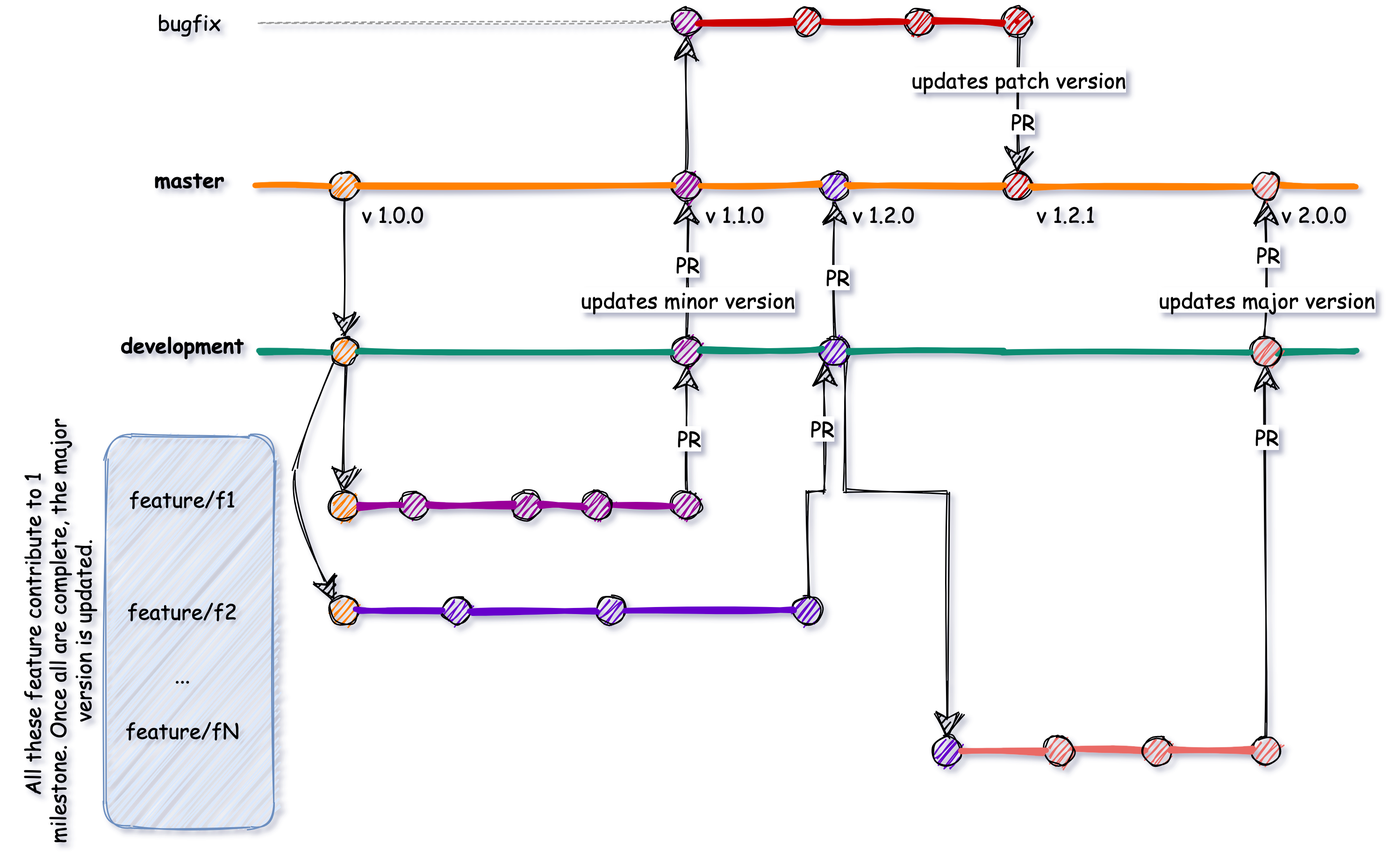
Above: img/branching_versioning.png in adimitrova/tubeverter (draw.io), before the change. Source tidied: cells renumbered, new cells last; positions are measured from the earlier drawing's top-left corner, leaving out a move shared by most shapes.
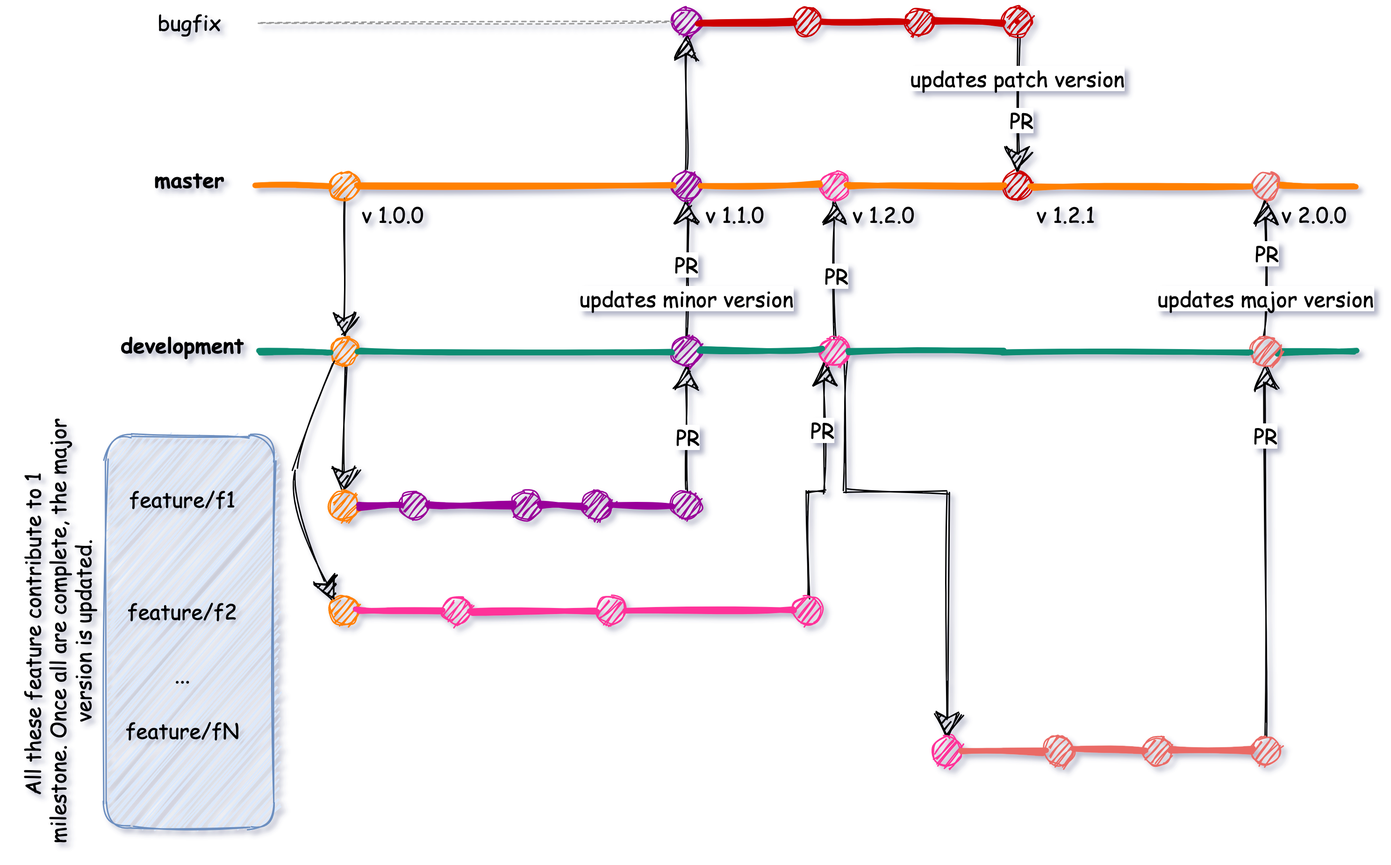
The same diagram one commit later.

Commit message:
corrections to the branching image

Diff of the diagram source:
```diff
@@ -13,7 +13,7 @@
     <mxCell id="4" style="edgeStyle=orthogonalEdgeStyle;rounded=0;jettySize=auto;html=1;exitX=0.5;exitY=1;exitDx=0;exitDy=0;entryX=0.5;entryY=0;entryDx=0;entryDy=0;strokeWidth=1;fillColor=#000066;fontFamily=Comic Sans MS;fontSize=15;sketch=1;endSize=15;" parent="1" edge="1" source="5" target="9">
       <mxGeometry relative="1" as="geometry" />
     </mxCell>
-    <mxCell id="5" style="ellipse;whiteSpace=wrap;html=1;fillColor=#FF8000;sketch=1;" parent="1" vertex="1">
+    <mxCell id="5" style="ellipse;whiteSpace=wrap;html=1;fillColor=#FF8000;sketch=1;strokeColor=#FF8000;" parent="1" vertex="1">
       <mxGeometry x="350" y="240" width="20" height="20" as="geometry" />
     </mxCell>
     <mxCell id="6" style="endArrow=none;html=1;fillColor=#000066;strokeWidth=4;strokeColor=#078C72;sketch=1;" parent="1" edge="1" target="5">
@@ -27,7 +27,7 @@
     <mxCell id="8" value="v 1.0.0" style="text;html=1;strokeColor=none;fillColor=none;align=center;verticalAlign=middle;whiteSpace=wrap;rounded=0;fontFamily=Comic Sans MS;fontSize=15;sketch=1;" parent="1" vertex="1">
       <mxGeometry x="370" y="142" width="50" height="20" as="geometry" />
     </mxCell>
-    <mxCell id="9" style="ellipse;whiteSpace=wrap;html=1;fillColor=#FF8000;sketch=1;" parent="1" vertex="1">
+    <mxCell id="9" style="ellipse;whiteSpace=wrap;html=1;fillColor=#FF8000;sketch=1;strokeColor=#FF8000;" parent="1" vertex="1">
       <mxGeometry x="350" y="350" width="20" height="20" as="geometry" />
     </mxCell>
     <mxCell id="10" style="edgeStyle=orthogonalEdgeStyle;rounded=0;jettySize=auto;html=1;exitX=0.5;exitY=0;exitDx=0;exitDy=0;entryX=0.5;entryY=1;entryDx=0;entryDy=0;strokeWidth=1;fillColor=#000066;fontFamily=Comic Sans MS;fontSize=15;sketch=1;endSize=15;" parent="1" edge="1" source="12" target="23">
@@ -36,25 +36,25 @@
     <mxCell id="11" value="PR" style="edgeLabel;html=1;align=center;verticalAlign=middle;fontSize=15;fontFamily=Comic Sans MS;" parent="10" vertex="1">
       <mxGeometry x="-0.13" y="-1" relative="1" as="geometry" />
     </mxCell>
-    <mxCell id="12" style="ellipse;whiteSpace=wrap;html=1;fillColor=#990099;sketch=1;" parent="1" vertex="1">
+    <mxCell id="12" style="ellipse;whiteSpace=wrap;html=1;fillColor=#990099;sketch=1;strokeColor=#990099;" parent="1" vertex="1">
       <mxGeometry x="594" y="350" width="20" height="20" as="geometry" />
     </mxCell>
     <mxCell id="13" style="endArrow=none;html=1;fillColor=#000066;strokeWidth=4;strokeColor=#990099;sketch=1;" parent="1" edge="1" source="18" target="12">
       <mxGeometry relative="1" as="geometry" />
     </mxCell>
-    <mxCell id="14" style="ellipse;whiteSpace=wrap;html=1;fillColor=#990099;sketch=1;" parent="1" vertex="1">
+    <mxCell id="14" style="ellipse;whiteSpace=wrap;html=1;fillColor=#990099;sketch=1;strokeColor=#990099;" parent="1" vertex="1">
       <mxGeometry x="400" y="350" width="20" height="20" as="geometry" />
     </mxCell>
     <mxCell id="15" style="endArrow=none;html=1;fillColor=#000066;strokeWidth=4;strokeColor=#990099;sketch=1;" parent="1" edge="1" source="9" target="14">
       <mxGeometry relative="1" as="geometry" />
     </mxCell>
-    <mxCell id="16" style="ellipse;whiteSpace=wrap;html=1;fillColor=#990099;sketch=1;" parent="1" vertex="1">
+    <mxCell id="16" style="ellipse;whiteSpace=wrap;html=1;fillColor=#990099;sketch=1;strokeColor=#990099;" parent="1" vertex="1">
       <mxGeometry x="480" y="350" width="20" height="20" as="geometry" />
     </mxCell>
     <mxCell id="17" style="endArrow=none;html=1;fillColor=#000066;strokeWidth=4;strokeColor=#990099;sketch=1;" parent="1" edge="1" source="14" target="16">
       <mxGeometry relative="1" as="geometry" />
     </mxCell>
-    <mxCell id="18" style="ellipse;whiteSpace=wrap;html=1;fillColor=#990099;sketch=1;" parent="1" vertex="1">
+    <mxCell id="18" style="ellipse;whiteSpace=wrap;html=1;fillColor=#990099;sketch=1;strokeColor=#990099;" parent="1" vertex="1">
       <mxGeometry x="530" y="350" width="20" height="20" as="geometry" />
     </mxCell>
     <mxCell id="19" style="endArrow=none;html=1;fillColor=#000066;strokeWidth=4;strokeColor=#990099;sketch=1;" parent="1" edge="1" source="16" target="18">
@@ -71,7 +71,7 @@
     <mxCell id="22" value="PR" style="edgeLabel;html=1;align=center;verticalAlign=middle;fontSize=15;fontFamily=Comic Sans MS;" parent="20" vertex="1">
       <mxGeometry x="0.07" relative="1" as="geometry" />
     </mxCell>
-    <mxCell id="23" style="ellipse;whiteSpace=wrap;html=1;fillColor=#990099;sketch=1;" parent="1" vertex="1">
+    <mxCell id="23" style="ellipse;whiteSpace=wrap;html=1;fillColor=#990099;sketch=1;strokeColor=#990099;" parent="1" vertex="1">
       <mxGeometry x="594" y="240" width="20" height="20" as="geometry" />
     </mxCell>
     <mxCell id="24" style="endArrow=none;html=1;fillColor=#000066;strokeWidth=4;strokeColor=#078C72;sketch=1;" parent="1" edge="1" source="5" target="23">
@@ -88,19 +88,19 @@
         <mxPoint x="840" y="15" as="targetPoint" />
       </mxGeometry>
     </mxCell>
-    <mxCell id="28" style="ellipse;whiteSpace=wrap;html=1;fillColor=#990099;sketch=1;" parent="1" vertex="1">
+    <mxCell id="28" style="ellipse;whiteSpace=wrap;html=1;fillColor=#990099;sketch=1;strokeColor=#990099;" parent="1" vertex="1">
       <mxGeometry x="594" y="5" width="20" height="20" as="geometry" />
     </mxCell>
     <mxCell id="29" value="v 1.1.0" style="text;html=1;strokeColor=none;fillColor=none;align=center;verticalAlign=middle;whiteSpace=wrap;rounded=0;fontFamily=Comic Sans MS;fontSize=15;sketch=1;" parent="1" vertex="1">
       <mxGeometry x="614" y="142" width="50" height="20" as="geometry" />
     </mxCell>
-    <mxCell id="30" style="ellipse;whiteSpace=wrap;html=1;fillColor=#CC0000;sketch=1;" parent="1" vertex="1">
+    <mxCell id="30" style="ellipse;whiteSpace=wrap;html=1;fillColor=#CC0000;sketch=1;strokeColor=#CC0000;" parent="1" vertex="1">
       <mxGeometry x="680" y="5" width="20" height="20" as="geometry" />
     </mxCell>
     <mxCell id="31" style="endArrow=none;html=1;fillColor=#000066;strokeWidth=4;strokeColor=#CC0000;sketch=1;" parent="1" edge="1" source="28" target="30">
       <mxGeometry relative="1" as="geometry" />
     </mxCell>
-    <mxCell id="32" style="ellipse;whiteSpace=wrap;html=1;fillColor=#CC0000;sketch=1;" parent="1" vertex="1">
+    <mxCell id="32" style="ellipse;whiteSpace=wrap;html=1;fillColor=#CC0000;sketch=1;strokeColor=#CC0000;" parent="1" vertex="1">
       <mxGeometry x="760" y="5" width="20" height="20" as="geometry" />
     </mxCell>
     <mxCell id="33" style="endArrow=none;html=1;fillColor=#000066;strokeWidth=4;strokeColor=#CC0000;sketch=1;" parent="1" edge="1" source="30" target="32">
@@ -109,7 +109,7 @@
     <mxCell id="34" value="feature/f2" style="text;html=1;strokeColor=none;fillColor=none;align=center;verticalAlign=middle;whiteSpace=wrap;rounded=0;strokeWidth=1;fontSize=15;fontFamily=Comic Sans MS;sketch=1;" parent="1" vertex="1">
       <mxGeometry x="220" y="420" width="50" height="30" as="geometry" />
     </mxCell>
-    <mxCell id="35" style="ellipse;whiteSpace=wrap;html=1;fillColor=#FF8000;sketch=1;" parent="1" vertex="1">
+    <mxCell id="35" style="ellipse;whiteSpace=wrap;html=1;fillColor=#FF8000;sketch=1;strokeColor=#FF8000;" parent="1" vertex="1">
       <mxGeometry x="350" y="425" width="20" height="20" as="geometry" />
     </mxCell>
     <mxCell id="36" style="curved=1;endArrow=classic;html=1;strokeColor=#000000;strokeWidth=1;fillColor=#000066;fontFamily=Comic Sans MS;fontSize=15;endSize=15;exitX=0;exitY=1;exitDx=0;exitDy=0;entryX=0;entryY=0;entryDx=0;entryDy=0;sketch=1;" parent="1" edge="1" source="5" target="35">
@@ -125,18 +125,18 @@
         <mxPoint x="680" y="435" as="targetPoint" />
       </mxGeometry>
     </mxCell>
-    <mxCell id="38" style="ellipse;whiteSpace=wrap;html=1;fillColor=#6600CC;sketch=1;" parent="1" vertex="1">
+    <mxCell id="38" style="ellipse;whiteSpace=wrap;html=1;sketch=1;fillColor=#FF3399;strokeColor=#FF3399;" parent="1" vertex="1">
       <mxGeometry x="430" y="425" width="20" height="20" as="geometry" />
     </mxCell>
-    <mxCell id="39" style="endArrow=none;html=1;fillColor=#000066;strokeWidth=4;strokeColor=#6600CC;sketch=1;" parent="1" edge="1" target="38">
+    <mxCell id="39" style="endArrow=none;html=1;fillColor=#000066;strokeWidth=4;sketch=1;strokeColor=#FF3399;" parent="1" edge="1" target="38">
       <mxGeometry relative="1" as="geometry">
         <mxPoint x="370" y="434.5" as="sourcePoint" />
       </mxGeometry>
     </mxCell>
-    <mxCell id="40" style="ellipse;whiteSpace=wrap;html=1;fillColor=#6600CC;sketch=1;" parent="1" vertex="1">
+    <mxCell id="40" style="ellipse;whiteSpace=wrap;html=1;sketch=1;fillColor=#FF3399;strokeColor=#FF3399;" parent="1" vertex="1">
       <mxGeometry x="540" y="425" width="20" height="20" as="geometry" />
     </mxCell>
-    <mxCell id="41" style="endArrow=none;html=1;fillColor=#000066;strokeWidth=4;strokeColor=#6600CC;sketch=1;" parent="1" edge="1" source="38" target="40">
+    <mxCell id="41" style="endArrow=none;html=1;fillColor=#000066;strokeWidth=4;sketch=1;strokeColor=#FF3399;" parent="1" edge="1" source="38" target="40">
       <mxGeometry relative="1" as="geometry" />
     </mxCell>
     <mxCell id="42" style="edgeStyle=orthogonalEdgeStyle;rounded=0;jettySize=auto;html=1;exitX=0.5;exitY=0;exitDx=0;exitDy=0;entryX=0;entryY=1;entryDx=0;entryDy=0;endSize=15;strokeWidth=1;fillColor=#000066;fontFamily=Comic Sans MS;fontSize=15;sketch=1;" parent="1" edge="1" source="44" target="49">
@@ -150,10 +150,10 @@
     <mxCell id="43" value="PR" style="edgeLabel;html=1;align=center;verticalAlign=middle;fontSize=15;fontFamily=Comic Sans MS;" parent="42" vertex="1">
       <mxGeometry x="0.47" y="2" relative="1" as="geometry" />
     </mxCell>
-    <mxCell id="44" style="ellipse;whiteSpace=wrap;html=1;fillColor=#6600CC;sketch=1;" parent="1" vertex="1">
+    <mxCell id="44" style="ellipse;whiteSpace=wrap;html=1;sketch=1;fillColor=#FF3399;strokeColor=#FF3399;" parent="1" vertex="1">
       <mxGeometry x="680" y="425" width="20" height="20" as="geometry" />
     </mxCell>
-    <mxCell id="45" style="endArrow=none;html=1;fillColor=#000066;strokeWidth=4;strokeColor=#6600CC;sketch=1;" parent="1" edge="1" source="40" target="44">
+    <mxCell id="45" style="endArrow=none;html=1;fillColor=#000066;strokeWidth=4;sketch=1;strokeColor=#FF3399;" parent="1" edge="1" source="40" target="44">
       <mxGeometry relative="1" as="geometry" />
     </mxCell>
     <mxCell id="46" style="edgeStyle=orthogonalEdgeStyle;rounded=0;jettySize=auto;html=1;exitX=1;exitY=1;exitDx=0;exitDy=0;entryX=0.5;entryY=0;entryDx=0;entryDy=0;endSize=15;strokeColor=#000000;strokeWidth=1;fillColor=#000066;fontFamily=Comic Sans MS;fontSize=15;sketch=1;" parent="1" edge="1" source="49" target="55">
@@ -170,7 +170,7 @@
     <mxCell id="48" value="PR" style="edgeLabel;html=1;align=center;verticalAlign=middle;fontSize=15;fontFamily=Comic Sans MS;" parent="47" vertex="1">
       <mxGeometry x="-0.1" y="-1" relative="1" as="geometry" />
     </mxCell>
-    <mxCell id="49" style="ellipse;whiteSpace=wrap;html=1;fillColor=#6600CC;sketch=1;" parent="1" vertex="1">
+    <mxCell id="49" style="ellipse;whiteSpace=wrap;html=1;sketch=1;fillColor=#FF3399;strokeColor=#FF3399;" parent="1" vertex="1">
       <mxGeometry x="700" y="240" width="20" height="20" as="geometry" />
     </mxCell>
     <mxCell id="50" style="endArrow=none;html=1;fillColor=#000066;strokeWidth=4;strokeColor=#078C72;sketch=1;" parent="1" edge="1" source="23" target="49">
@@ -190,16 +190,16 @@
         <mxPoint x="880" y="534" as="targetPoint" />
       </mxGeometry>
     </mxCell>
-    <mxCell id="55" style="ellipse;whiteSpace=wrap;html=1;fillColor=#6600CC;sketch=1;" parent="1" vertex="1">
+    <mxCell id="55" style="ellipse;whiteSpace=wrap;html=1;sketch=1;fillColor=#FF3399;strokeColor=#FF3399;" parent="1" vertex="1">
       <mxGeometry x="780" y="525" width="20" height="20" as="geometry" />
     </mxCell>
-    <mxCell id="56" style="ellipse;whiteSpace=wrap;html=1;fillColor=#EA6B66;sketch=1;" parent="1" vertex="1">
+    <mxCell id="56" style="ellipse;whiteSpace=wrap;html=1;fillColor=#EA6B66;sketch=1;strokeColor=#EA6B66;" parent="1" vertex="1">
       <mxGeometry x="860" y="525" width="20" height="20" as="geometry" />
     </mxCell>
     <mxCell id="57" style="endArrow=none;html=1;fillColor=#000066;strokeWidth=4;strokeColor=#EA6B66;exitX=1;exitY=0.5;exitDx=0;exitDy=0;sketch=1;" parent="1" edge="1" source="55" target="56">
       <mxGeometry relative="1" as="geometry" />
     </mxCell>
-    <mxCell id="58" style="ellipse;whiteSpace=wrap;html=1;fillColor=#EA6B66;sketch=1;" parent="1" vertex="1">
+    <mxCell id="58" style="ellipse;whiteSpace=wrap;html=1;fillColor=#EA6B66;sketch=1;strokeColor=#EA6B66;" parent="1" vertex="1">
       <mxGeometry x="930" y="525" width="20" height="20" as="geometry" />
     </mxCell>
     <mxCell id="59" style="edgeStyle=orthogonalEdgeStyle;rounded=0;jettySize=auto;html=1;exitX=0.5;exitY=0;exitDx=0;exitDy=0;entryX=0.5;entryY=1;entryDx=0;entryDy=0;endSize=15;strokeWidth=1;fillColor=#000066;fontFamily=Comic Sans MS;fontSize=15;sketch=1;" parent="1" edge="1" source="61" target="65">
@@ -210,7 +210,7 @@
         <mxPoint x="-1" y="-6" as="offset" />
       </mxGeometry>
     </mxCell>
-    <mxCell id="61" style="ellipse;whiteSpace=wrap;html=1;fillColor=#EA6B66;sketch=1;" parent="1" vertex="1">
+    <mxCell id="61" style="ellipse;whiteSpace=wrap;html=1;fillColor=#EA6B66;sketch=1;strokeColor=#EA6B66;" parent="1" vertex="1">
       <mxGeometry x="1007" y="525" width="20" height="20" as="geometry" />
     </mxCell>
     <mxCell id="62" style="edgeStyle=orthogonalEdgeStyle;rounded=0;jettySize=auto;html=1;entryX=0.5;entryY=1;entryDx=0;entryDy=0;endSize=15;strokeColor=#000000;strokeWidth=1;fillColor=#000066;fontFamily=Comic Sans MS;fontSize=15;sketch=1;" parent="1" edge="1" source="65" target="88">
@@ -226,7 +226,7 @@
         <mxPoint y="-9" as="offset" />
       </mxGeometry>
     </mxCell>
-    <mxCell id="65" style="ellipse;whiteSpace=wrap;html=1;fillColor=#EA6B66;sketch=1;" parent="1" vertex="1">
+    <mxCell id="65" style="ellipse;whiteSpace=wrap;html=1;fillColor=#EA6B66;sketch=1;strokeColor=#EA6B66;" parent="1" vertex="1">
       <mxGeometry x="1007" y="240" width="20" height="20" as="geometry" />
     </mxCell>
     <mxCell id="66" style="endArrow=none;html=1;fillColor=#000066;strokeWidth=4;strokeColor=#078C72;sketch=1;" parent="1" edge="1" target="65">
@@ -245,7 +245,7 @@
     <mxCell id="69" value="PR" style="edgeLabel;html=1;align=center;verticalAlign=middle;fontSize=15;fontFamily=Comic Sans MS;" parent="67" vertex="1">
       <mxGeometry x="0.23" y="3" relative="1" as="geometry" />
     </mxCell>
-    <mxCell id="70" style="ellipse;whiteSpace=wrap;html=1;fillColor=#CC0000;sketch=1;" parent="1" vertex="1">
+    <mxCell id="70" style="ellipse;whiteSpace=wrap;html=1;fillColor=#CC0000;sketch=1;strokeColor=#CC0000;" parent="1" vertex="1">
       <mxGeometry x="830" y="5" width="20" height="20" as="geometry" />
     </mxCell>
     <mxCell id="71" style="endArrow=none;html=1;fillColor=#000066;strokeWidth=4;strokeColor=#CC0000;sketch=1;" parent="1" edge="1" source="32" target="70">
@@ -278,7 +278,7 @@
     <mxCell id="78" style="edgeStyle=orthogonalEdgeStyle;rounded=0;jettySize=auto;html=1;entryX=0.5;entryY=0;entryDx=0;entryDy=0;endSize=15;strokeWidth=1;fillColor=#000066;fontFamily=Comic Sans MS;fontSize=15;sketch=1;" parent="1" edge="1" source="79" target="5">
       <mxGeometry relative="1" as="geometry" />
     </mxCell>
-    <mxCell id="79" style="ellipse;whiteSpace=wrap;html=1;fillColor=#FF8000;sketch=1;" parent="1" vertex="1">
+    <mxCell id="79" style="ellipse;whiteSpace=wrap;html=1;fillColor=#FF8000;sketch=1;strokeColor=#FF8000;" parent="1" vertex="1">
       <mxGeometry x="350" y="122" width="20" height="20" as="geometry" />
     </mxCell>
     <mxCell id="80" style="endArrow=none;html=1;fillColor=#000066;strokeWidth=4;strokeColor=#FF8000;sketch=1;" parent="1" edge="1" target="79">
@@ -289,25 +289,25 @@
     <mxCell id="81" style="edgeStyle=orthogonalEdgeStyle;rounded=0;jettySize=auto;html=1;entryX=0.5;entryY=1;entryDx=0;entryDy=0;endSize=15;strokeColor=#000000;strokeWidth=1;fillColor=#000066;fontFamily=Comic Sans MS;fontSize=15;sketch=1;" parent="1" edge="1" source="82" target="28">
       <mxGeometry relative="1" as="geometry" />
     </mxCell>
-    <mxCell id="82" style="ellipse;whiteSpace=wrap;html=1;fillColor=#990099;sketch=1;" parent="1" vertex="1">
+    <mxCell id="82" style="ellipse;whiteSpace=wrap;html=1;fillColor=#990099;sketch=1;strokeColor=#990099;" parent="1" vertex="1">
       <mxGeometry x="594" y="122" width="20" height="20" as="geometry" />
     </mxCell>
     <mxCell id="83" style="endArrow=none;html=1;fillColor=#000066;strokeWidth=4;strokeColor=#FF8000;sketch=1;" parent="1" edge="1" source="79" target="82">
       <mxGeometry relative="1" as="geometry" />
     </mxCell>
-    <mxCell id="84" style="ellipse;whiteSpace=wrap;html=1;fillColor=#6600CC;sketch=1;" parent="1" vertex="1">
+    <mxCell id="84" style="ellipse;whiteSpace=wrap;html=1;sketch=1;fillColor=#FF3399;strokeColor=#FF3399;" parent="1" vertex="1">
       <mxGeometry x="700" y="122" width="20" height="20" as="geometry" />
     </mxCell>
     <mxCell id="85" style="endArrow=none;html=1;fillColor=#000066;strokeWidth=4;strokeColor=#FF8000;sketch=1;" parent="1" edge="1" source="82" target="84">
       <mxGeometry relative="1" as="geometry" />
     </mxCell>
-    <mxCell id="86" style="ellipse;whiteSpace=wrap;html=1;fillColor=#CC0000;sketch=1;" parent="1" vertex="1">
+    <mxCell id="86" style="ellipse;whiteSpace=wrap;html=1;fillColor=#CC0000;sketch=1;strokeColor=#CC0000;" parent="1" vertex="1">
       <mxGeometry x="830" y="122" width="20" height="20" as="geometry" />
     </mxCell>
     <mxCell id="87" style="endArrow=none;html=1;fillColor=#000066;strokeWidth=4;strokeColor=#FF8000;sketch=1;" parent="1" edge="1" source="84" target="86">
       <mxGeometry relative="1" as="geometry" />
     </mxCell>
-    <mxCell id="88" style="ellipse;whiteSpace=wrap;html=1;fillColor=#EA6B66;sketch=1;" parent="1" vertex="1">
+    <mxCell id="88" style="ellipse;whiteSpace=wrap;html=1;fillColor=#EA6B66;sketch=1;strokeColor=#EA6B66;" parent="1" vertex="1">
       <mxGeometry x="1007" y="122" width="20" height="20" as="geometry" />
     </mxCell>
     <mxCell id="89" style="endArrow=none;html=1;fillColor=#000066;strokeWidth=4;strokeColor=#FF8000;sketch=1;" parent="1" edge="1" source="86" target="88">
```
